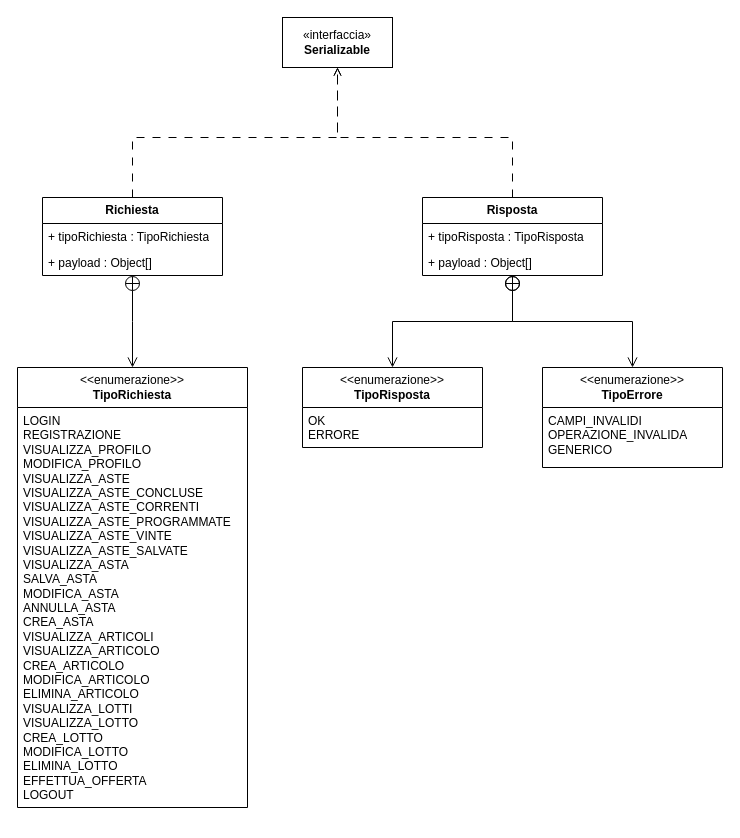
The draw.io diagram documenti/DC-Aste.drawio in Chaos-Rat/GAO, before the edit. Source tidied: cells renumbered, new cells numbered last; positions are measured from the earlier drawing's top-left corner, leaving out a move shared by most shapes. Both pictures are drawn from the tidied source at 100%, with x=0, y=0 at pixel (17, 17).
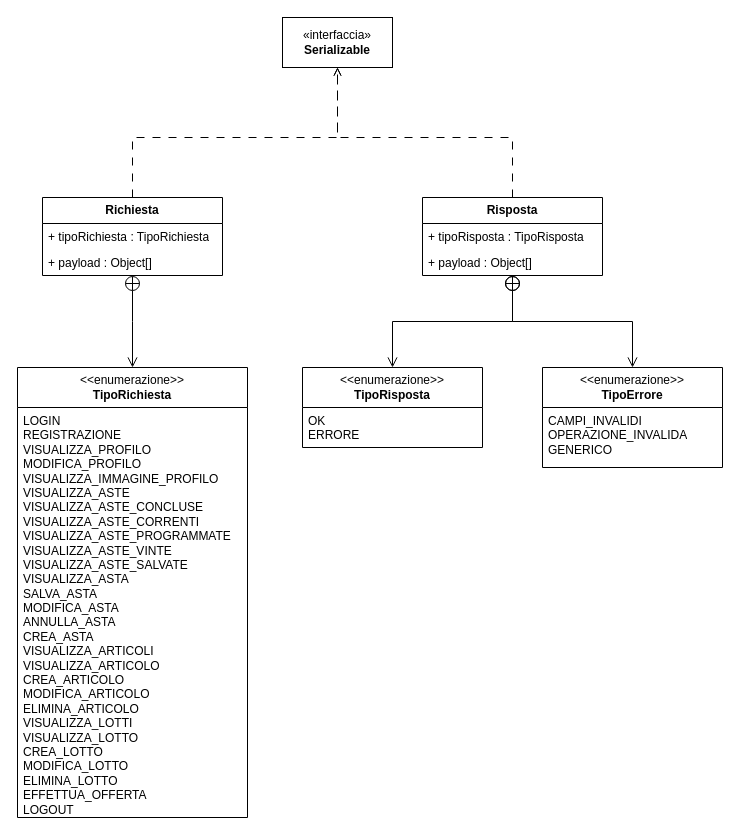
Above is the later version.

Commit message (it also covers changes not shown here):
Aggiornato ulteriormente DAP e DC-Aste

Change to the diagram source:
```diff
@@
     <mxCell id="2" value="&lt;div&gt;&amp;lt;&amp;lt;enumerazione&amp;gt;&amp;gt;&lt;/div&gt;&lt;b&gt;TipoRichiesta&lt;/b&gt;" style="swimlane;fontStyle=0;horizontal=1;startSize=40;fillColor=none;whiteSpace=wrap;html=1;" parent="1" vertex="1">
-      <mxGeometry y="350" width="230" height="440" as="geometry" />
+      <mxGeometry y="350" width="230" height="450" as="geometry" />
     </mxCell>
-    <mxCell id="3" value="LOGIN&lt;div&gt;REGISTRAZIONE&lt;/div&gt;&lt;div&gt;VISUALIZZA_PROFILO&lt;/div&gt;&lt;div&gt;MODIFICA_PROFILO&lt;/div&gt;&lt;div&gt;VISUALIZZA_ASTE&lt;/div&gt;&lt;div&gt;VISUALIZZA_ASTE_CONCLUSE&lt;/div&gt;&lt;div&gt;VISUALIZZA_ASTE_CORRENTI&lt;/div&gt;&lt;div&gt;VISUALIZZA_ASTE_PROGRAMMATE&lt;/div&gt;&lt;div&gt;VISUALIZZA_ASTE_VINTE&lt;/div&gt;&lt;div&gt;VISUALIZZA_ASTE_SALVATE&lt;/div&gt;&lt;div&gt;VISUALIZZA_ASTA&lt;/div&gt;&lt;div&gt;SALVA_ASTA&lt;/div&gt;&lt;div&gt;MODIFICA_ASTA&lt;/div&gt;&lt;div&gt;ANNULLA_ASTA&lt;/div&gt;&lt;div&gt;CREA_ASTA&lt;/div&gt;&lt;div&gt;VISUALIZZA_ARTICOLI&lt;/div&gt;&lt;div&gt;VISUALIZZA_ARTICOLO&lt;/div&gt;&lt;div&gt;CREA_ARTICOLO&lt;/div&gt;&lt;div&gt;MODIFICA_ARTICOLO&lt;/div&gt;&lt;div&gt;ELIMINA_ARTICOLO&lt;/div&gt;&lt;div&gt;VISUALIZZA_LOTTI&lt;/div&gt;&lt;div&gt;VISUALIZZA_LOTTO&lt;/div&gt;&lt;div&gt;CREA_LOTTO&lt;/div&gt;&lt;div&gt;MODIFICA_LOTTO&lt;/div&gt;&lt;div&gt;ELIMINA_LOTTO&lt;/div&gt;&lt;div&gt;EFFETTUA_OFFERTA&lt;/div&gt;&lt;div&gt;LOGOUT&lt;/div&gt;" style="text;strokeColor=none;fillColor=none;align=left;verticalAlign=top;spacingLeft=4;spacingRight=4;overflow=hidden;whiteSpace=wrap;html=1;" parent="2" vertex="1">
-      <mxGeometry y="40" width="230" height="400" as="geometry" />
+    <mxCell id="3" value="LOGIN&lt;div&gt;REGISTRAZIONE&lt;/div&gt;&lt;div&gt;VISUALIZZA_PROFILO&lt;/div&gt;&lt;div&gt;MODIFICA_PROFILO&lt;/div&gt;&lt;div&gt;VISUALIZZA_IMMAGINE_PROFILO&lt;/div&gt;&lt;div&gt;VISUALIZZA_ASTE&lt;/div&gt;&lt;div&gt;VISUALIZZA_ASTE_CONCLUSE&lt;/div&gt;&lt;div&gt;VISUALIZZA_ASTE_CORRENTI&lt;/div&gt;&lt;div&gt;VISUALIZZA_ASTE_PROGRAMMATE&lt;/div&gt;&lt;div&gt;VISUALIZZA_ASTE_VINTE&lt;/div&gt;&lt;div&gt;VISUALIZZA_ASTE_SALVATE&lt;/div&gt;&lt;div&gt;VISUALIZZA_ASTA&lt;/div&gt;&lt;div&gt;SALVA_ASTA&lt;/div&gt;&lt;div&gt;MODIFICA_ASTA&lt;/div&gt;&lt;div&gt;ANNULLA_ASTA&lt;/div&gt;&lt;div&gt;CREA_ASTA&lt;/div&gt;&lt;div&gt;VISUALIZZA_ARTICOLI&lt;/div&gt;&lt;div&gt;VISUALIZZA_ARTICOLO&lt;/div&gt;&lt;div&gt;CREA_ARTICOLO&lt;/div&gt;&lt;div&gt;MODIFICA_ARTICOLO&lt;/div&gt;&lt;div&gt;ELIMINA_ARTICOLO&lt;/div&gt;&lt;div&gt;VISUALIZZA_LOTTI&lt;/div&gt;&lt;div&gt;VISUALIZZA_LOTTO&lt;/div&gt;&lt;div&gt;CREA_LOTTO&lt;/div&gt;&lt;div&gt;MODIFICA_LOTTO&lt;/div&gt;&lt;div&gt;ELIMINA_LOTTO&lt;/div&gt;&lt;div&gt;EFFETTUA_OFFERTA&lt;/div&gt;&lt;div&gt;LOGOUT&lt;/div&gt;" style="text;strokeColor=none;fillColor=none;align=left;verticalAlign=top;spacingLeft=4;spacingRight=4;overflow=hidden;whiteSpace=wrap;html=1;" parent="2" vertex="1">
+      <mxGeometry y="40" width="230" height="410" as="geometry" />
     </mxCell>
```
